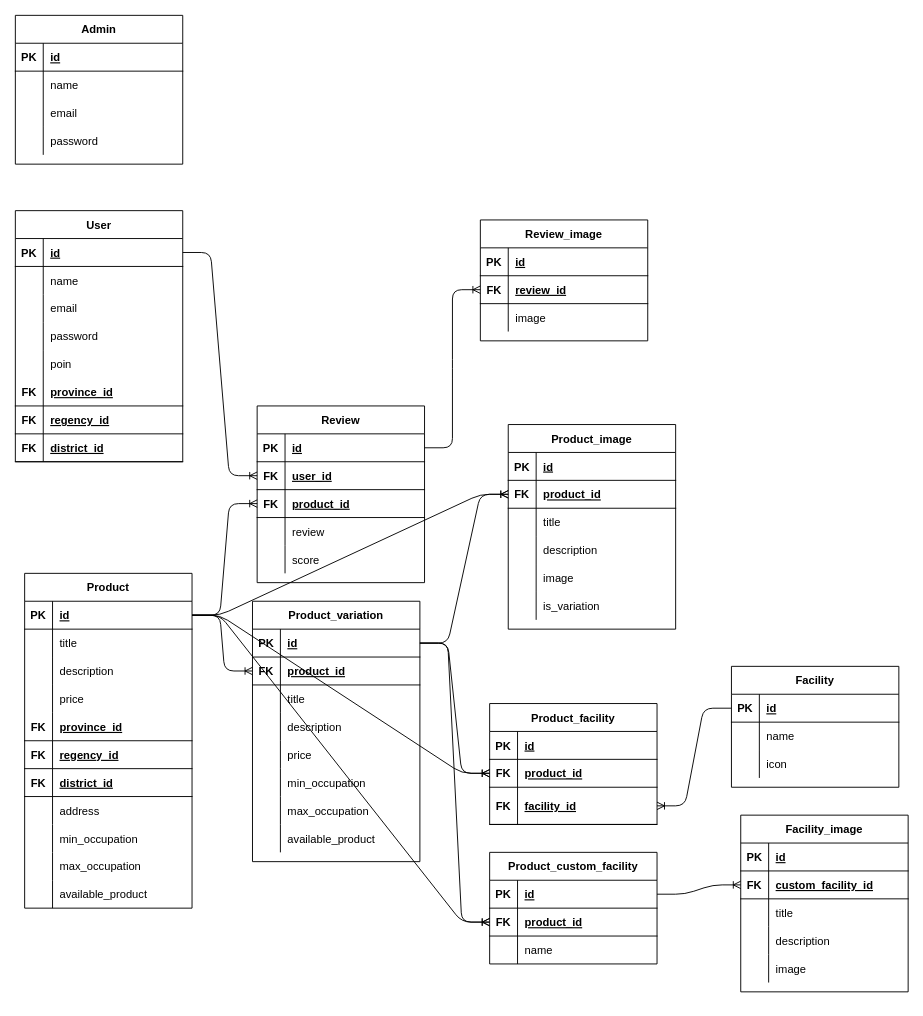
Earlier version of the draw.io diagram Glampy.drawio (excalios/GlampyAPI). Source tidied: cells renumbered, new cells numbered last; positions are measured from the earlier drawing's top-left corner, leaving out a move shared by most shapes. Both pictures are drawn from the tidied source at 93%, with x=0, y=0 at pixel (15, 15).
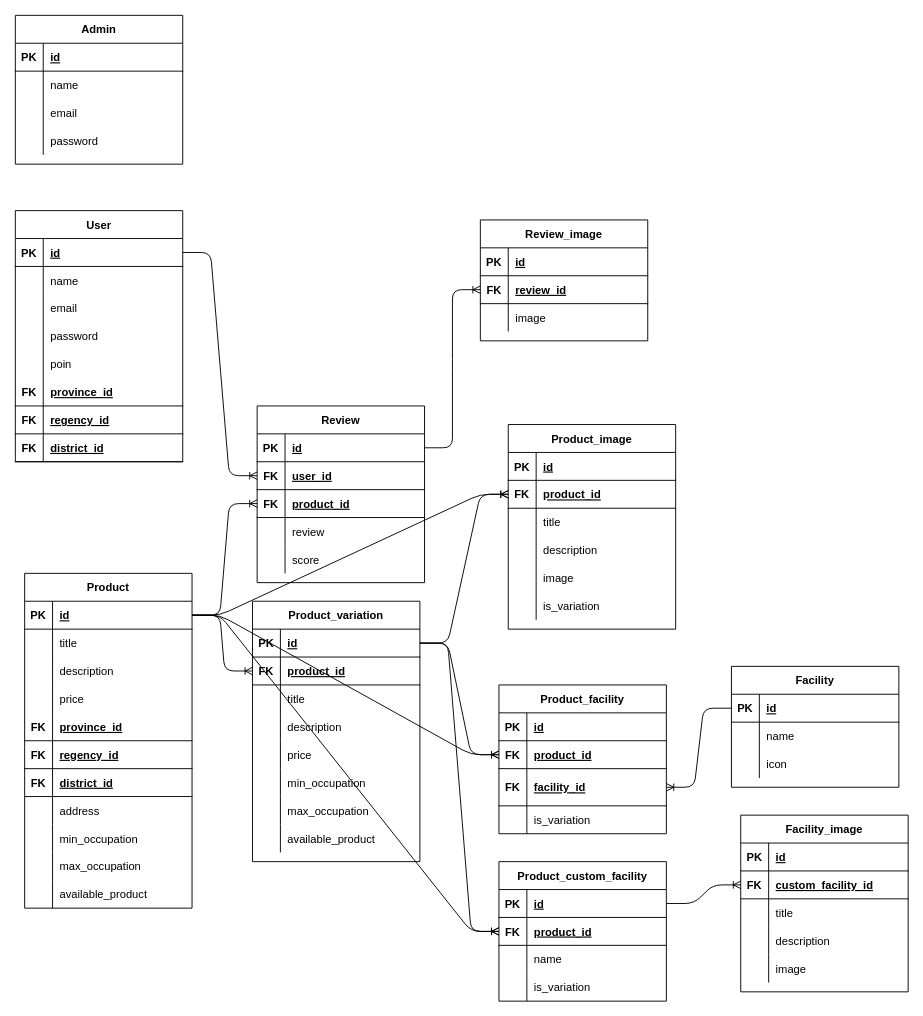
The same page after the edit.

What changed in the source:
```diff
@@
     <mxCell id="75" value="Product_facility" style="shape=table;startSize=30;childLayout=tableLayout;rowLines=0;fontStyle=1;align=center;" parent="1" vertex="1">
-      <mxGeometry x="510" y="740" width="180" height="130" as="geometry" />
+      <mxGeometry x="520" y="720" width="180" height="160" as="geometry" />
     </mxCell>
@@
+    <mxCell id="202" style="shape=partialRectangle;fillColor=none;top=0;left=0;bottom=0;right=0;" parent="75" vertex="1">
+      <mxGeometry y="130" width="180" height="30" as="geometry" />
+    </mxCell>
+    <mxCell id="203" style="shape=partialRectangle;fillColor=none;top=0;left=0;bottom=0;right=0;overflow=hidden;" parent="202" vertex="1">
+      <mxGeometry width="30" height="30" as="geometry" />
+    </mxCell>
+    <mxCell id="204" value="is_variation" style="shape=partialRectangle;fillColor=none;top=0;left=0;bottom=0;right=0;align=left;spacingLeft=6;overflow=hidden;" parent="202" vertex="1">
+      <mxGeometry x="30" width="150" height="30" as="geometry" />
+    </mxCell>
@@
     <mxCell id="174" value="Product_custom_facility" style="shape=table;startSize=30;childLayout=tableLayout;rowLines=0;fontStyle=1;align=center;" parent="1" vertex="1">
-      <mxGeometry x="510" y="900" width="180" height="120" as="geometry" />
+      <mxGeometry x="520" y="910" width="180" height="150" as="geometry" />
     </mxCell>
@@
+    <mxCell id="205" style="shape=partialRectangle;fillColor=none;top=0;left=0;bottom=0;right=0;" parent="174" vertex="1">
+      <mxGeometry y="120" width="180" height="30" as="geometry" />
+    </mxCell>
+    <mxCell id="206" style="shape=partialRectangle;fillColor=none;top=0;left=0;bottom=0;right=0;overflow=hidden;" parent="205" vertex="1">
+      <mxGeometry width="30" height="30" as="geometry" />
+    </mxCell>
+    <mxCell id="207" value="is_variation" style="shape=partialRectangle;fillColor=none;top=0;left=0;bottom=0;right=0;align=left;spacingLeft=6;overflow=hidden;" parent="205" vertex="1">
+      <mxGeometry x="30" width="150" height="30" as="geometry" />
+    </mxCell>
```
